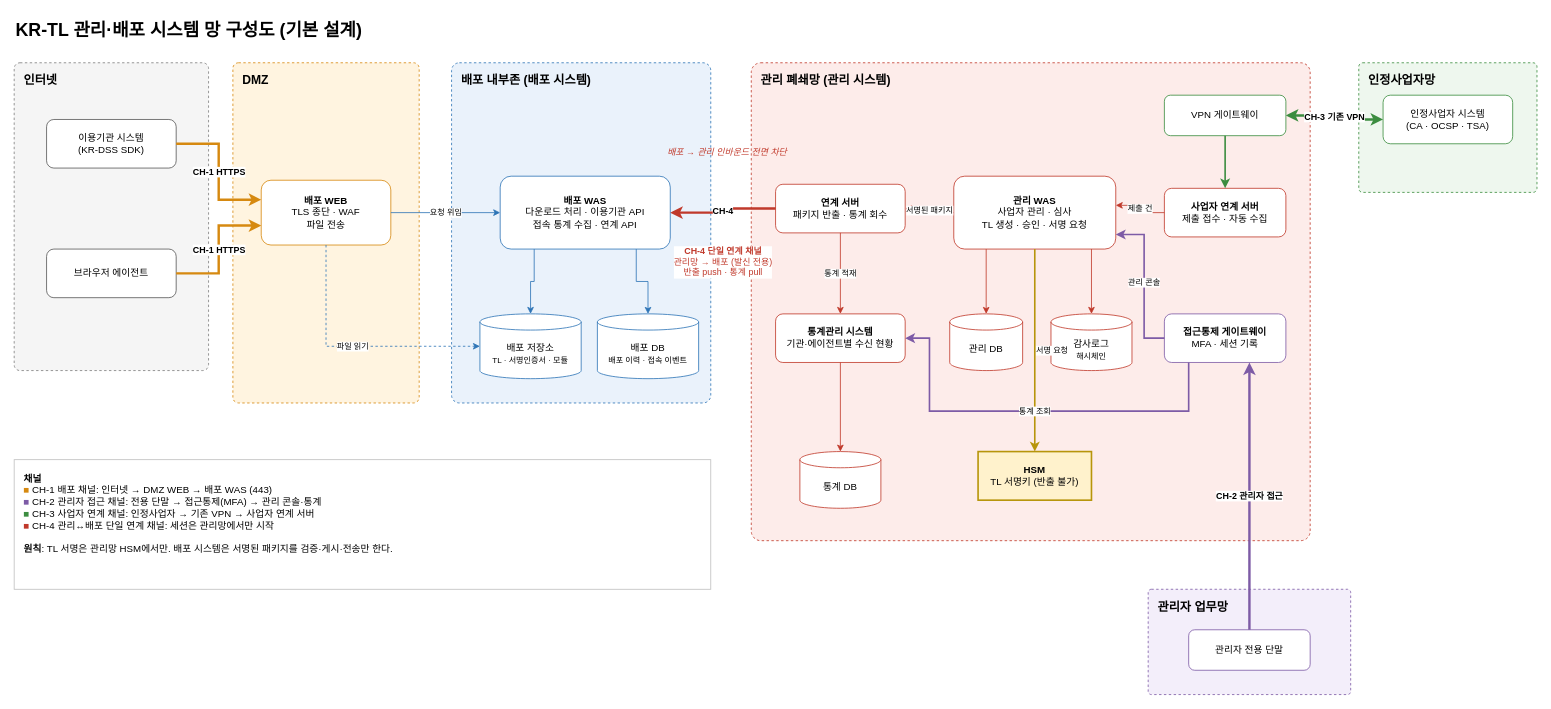
The draw.io diagram docs/design/KR-TL-관리시스템/diagrams/krtl-network.drawio in yongsungkim-electcerti/kr-dss, before the edit. Source tidied: cells renumbered, new cells numbered last; positions are measured from the earlier drawing's top-left corner, leaving out a move shared by most shapes. Both pictures are drawn from the tidied source at 81%, with x=0, y=0 at pixel (14, 14).
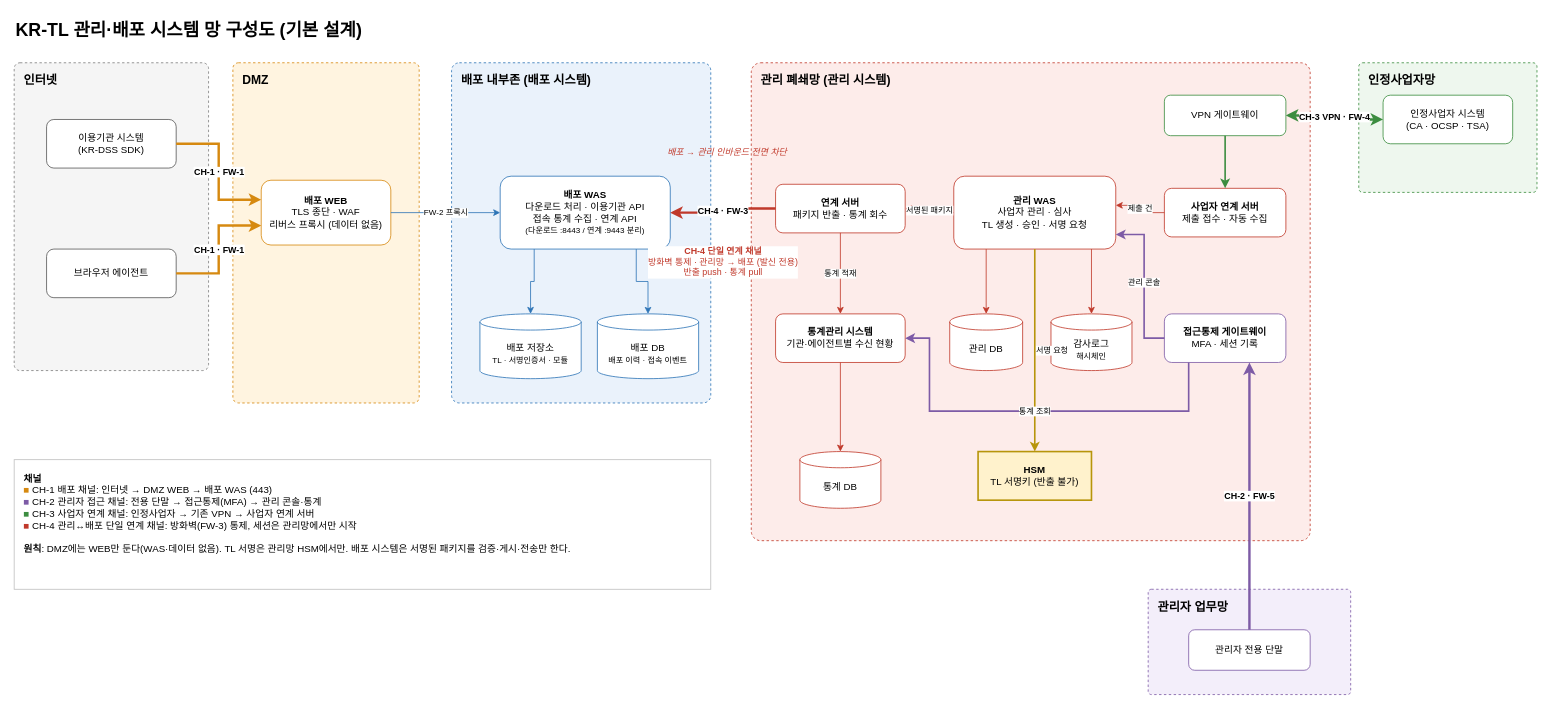
After the change.

The change refers to these unchanged cells:
```xml
<mxCell id="9" value="이용기관 시스템&lt;br&gt;(KR-DSS SDK)" style="rounded=1;whiteSpace=wrap;html=1;fillColor=#ffffff;strokeColor=#595959;" parent="1" vertex="1">
  <mxGeometry x="40" y="130" width="160" height="60" as="geometry" />
</mxCell>
<mxCell id="10" value="브라우저 에이전트" style="rounded=1;whiteSpace=wrap;html=1;fillColor=#ffffff;strokeColor=#595959;" parent="1" vertex="1">
  <mxGeometry x="40" y="290" width="160" height="60" as="geometry" />
</mxCell>
<mxCell id="13" value="배포 저장소&lt;br&gt;&lt;font style=&quot;font-size:10px&quot;&gt;TL · 서명인증서 · 모듈&lt;/font&gt;" style="shape=cylinder3;whiteSpace=wrap;html=1;boundedLbl=1;size=10;fillColor=#ffffff;strokeColor=#2e75b6;" parent="1" vertex="1">
  <mxGeometry x="575" y="370" width="125" height="80" as="geometry" />
</mxCell>
<mxCell id="15" value="&lt;b&gt;연계 서버&lt;/b&gt;&lt;br&gt;패키지 반출 · 통계 회수" style="rounded=1;whiteSpace=wrap;html=1;fillColor=#ffffff;strokeColor=#c0392b;" parent="1" vertex="1">
  <mxGeometry x="940" y="210" width="160" height="60" as="geometry" />
</mxCell>
<mxCell id="17" value="VPN 게이트웨이" style="rounded=1;whiteSpace=wrap;html=1;fillColor=#ffffff;strokeColor=#3c8d40;" parent="1" vertex="1">
  <mxGeometry x="1420" y="100" width="150" height="50" as="geometry" />
</mxCell>
<mxCell id="24" value="&lt;b&gt;접근통제 게이트웨이&lt;/b&gt;&lt;br&gt;MFA · 세션 기록" style="rounded=1;whiteSpace=wrap;html=1;fillColor=#ffffff;strokeColor=#7d5ba6;" parent="1" vertex="1">
  <mxGeometry x="1420" y="370" width="150" height="60" as="geometry" />
</mxCell>
<mxCell id="25" value="인정사업자 시스템&lt;br&gt;(CA · OCSP · TSA)" style="rounded=1;whiteSpace=wrap;html=1;fillColor=#ffffff;strokeColor=#3c8d40;" parent="1" vertex="1">
  <mxGeometry x="1690" y="100" width="160" height="60" as="geometry" />
</mxCell>
<mxCell id="26" value="관리자 전용 단말" style="rounded=1;whiteSpace=wrap;html=1;fillColor=#ffffff;strokeColor=#7d5ba6;" parent="1" vertex="1">
  <mxGeometry x="1450" y="760" width="150" height="50" as="geometry" />
</mxCell>
```

What changed in the source:
```diff
@@
-    <mxCell id="11" value="&lt;b&gt;배포 WEB&lt;/b&gt;&lt;br&gt;TLS 종단 · WAF&lt;br&gt;파일 전송" style="rounded=1;whiteSpace=wrap;html=1;fillColor=#ffffff;strokeColor=#d68910;" parent="1" vertex="1">
+    <mxCell id="11" value="&lt;b&gt;배포 WEB&lt;/b&gt;&lt;br&gt;TLS 종단 · WAF&lt;br&gt;리버스 프록시 (데이터 없음)" style="rounded=1;whiteSpace=wrap;html=1;fillColor=#ffffff;strokeColor=#d68910;" parent="1" vertex="1">
       <mxGeometry x="305" y="205" width="160" height="80" as="geometry" />
     </mxCell>
-    <mxCell id="12" value="&lt;b&gt;배포 WAS&lt;/b&gt;&lt;br&gt;다운로드 처리 · 이용기관 API&lt;br&gt;접속 통계 수집 · 연계 API" style="rounded=1;whiteSpace=wrap;html=1;fillColor=#ffffff;strokeColor=#2e75b6;" parent="1" vertex="1">
+    <mxCell id="12" value="&lt;b&gt;배포 WAS&lt;/b&gt;&lt;br&gt;다운로드 처리 · 이용기관 API&lt;br&gt;접속 통계 수집 · 연계 API&lt;br&gt;&lt;font style=&quot;font-size:10px&quot;&gt;(다운로드 :8443 / 연계 :9443 분리)&lt;/font&gt;" style="rounded=1;whiteSpace=wrap;html=1;fillColor=#ffffff;strokeColor=#2e75b6;" parent="1" vertex="1">
       <mxGeometry x="600" y="200" width="210" height="90" as="geometry" />
     </mxCell>
@@
-    <mxCell id="27" value="CH-1 HTTPS" style="edgeStyle=orthogonalEdgeStyle;rounded=0;html=1;strokeColor=#d68910;strokeWidth=3;fontSize=11;fontStyle=1;labelBackgroundColor=#ffffff;exitX=1;exitY=0.5;entryX=0;entryY=0.3;" parent="1" edge="1" source="9" target="11">
+    <mxCell id="27" value="CH-1 · FW-1" style="edgeStyle=orthogonalEdgeStyle;rounded=0;html=1;strokeColor=#d68910;strokeWidth=3;fontSize=11;fontStyle=1;labelBackgroundColor=#ffffff;exitX=1;exitY=0.5;entryX=0;entryY=0.3;" parent="1" edge="1" source="9" target="11">
       <mxGeometry relative="1" as="geometry" />
     </mxCell>
-    <mxCell id="28" value="CH-1 HTTPS" style="edgeStyle=orthogonalEdgeStyle;rounded=0;html=1;strokeColor=#d68910;strokeWidth=3;fontSize=11;fontStyle=1;labelBackgroundColor=#ffffff;exitX=1;exitY=0.5;entryX=0;entryY=0.7;" parent="1" edge="1" source="10" target="11">
+    <mxCell id="28" value="CH-1 · FW-1" style="edgeStyle=orthogonalEdgeStyle;rounded=0;html=1;strokeColor=#d68910;strokeWidth=3;fontSize=11;fontStyle=1;labelBackgroundColor=#ffffff;exitX=1;exitY=0.5;entryX=0;entryY=0.7;" parent="1" edge="1" source="10" target="11">
       <mxGeometry relative="1" as="geometry" />
     </mxCell>
-    <mxCell id="29" value="요청 위임" style="edgeStyle=orthogonalEdgeStyle;rounded=0;html=1;strokeColor=#2e75b6;fontSize=10;labelBackgroundColor=#ffffff;exitX=1;exitY=0.5;entryX=0;entryY=0.5;" parent="1" edge="1" source="11" target="12">
+    <mxCell id="29" value="FW-2 프록시" style="edgeStyle=orthogonalEdgeStyle;rounded=0;html=1;strokeColor=#2e75b6;fontSize=10;labelBackgroundColor=#ffffff;exitX=1;exitY=0.5;entryX=0;entryY=0.5;" parent="1" edge="1" source="11" target="12">
       <mxGeometry relative="1" as="geometry" />
     </mxCell>
-    <mxCell id="30" value="파일 읽기" style="edgeStyle=orthogonalEdgeStyle;rounded=0;html=1;strokeColor=#2e75b6;fontSize=10;labelBackgroundColor=#ffffff;dashed=1;exitX=0.5;exitY=1;entryX=0;entryY=0.5;entryDx=0;entryDy=0;" parent="1" edge="1" source="11" target="13">
-      <mxGeometry relative="1" as="geometry" />
-    </mxCell>
@@
-    <mxCell id="33" value="CH-4" style="edgeStyle=orthogonalEdgeStyle;rounded=0;html=1;strokeColor=#c0392b;strokeWidth=3;fontSize=11;fontStyle=1;labelBackgroundColor=#ffffff;exitX=0;exitY=0.5;entryX=1;entryY=0.5;" parent="1" edge="1" source="15" target="12">
+    <mxCell id="33" value="CH-4 · FW-3" style="edgeStyle=orthogonalEdgeStyle;rounded=0;html=1;strokeColor=#c0392b;strokeWidth=3;fontSize=11;fontStyle=1;labelBackgroundColor=#ffffff;exitX=0;exitY=0.5;entryX=1;entryY=0.5;" parent="1" edge="1" source="15" target="12">
       <mxGeometry relative="1" as="geometry" />
     </mxCell>
-    <mxCell id="34" value="&lt;b&gt;CH-4 단일 연계 채널&lt;/b&gt;&lt;br&gt;관리망 → 배포 (발신 전용)&lt;br&gt;반출 push · 통계 pull" style="text;html=1;fontSize=11;fontColor=#c0392b;align=center;verticalAlign=top;labelBackgroundColor=#ffffff;" parent="1" vertex="1">
+    <mxCell id="34" value="&lt;b&gt;CH-4 단일 연계 채널&lt;/b&gt;&lt;br&gt;방화벽 통제 · 관리망 → 배포 (발신 전용)&lt;br&gt;반출 push · 통계 pull" style="text;html=1;fontSize=11;fontColor=#c0392b;align=center;verticalAlign=top;labelBackgroundColor=#ffffff;" parent="1" vertex="1">
       <mxGeometry x="800" y="280" width="150" height="60" as="geometry" />
     </mxCell>
@@
-    <mxCell id="46" value="CH-3 기존 VPN" style="edgeStyle=orthogonalEdgeStyle;rounded=0;html=1;strokeColor=#3c8d40;strokeWidth=3;fontSize=11;fontStyle=1;labelBackgroundColor=#ffffff;startArrow=classic;exitX=0;exitY=0.5;entryX=1;entryY=0.5;" parent="1" edge="1" source="25" target="17">
+    <mxCell id="46" value="CH-3 VPN · FW-4" style="edgeStyle=orthogonalEdgeStyle;rounded=0;html=1;strokeColor=#3c8d40;strokeWidth=3;fontSize=11;fontStyle=1;labelBackgroundColor=#ffffff;startArrow=classic;exitX=0;exitY=0.5;entryX=1;entryY=0.5;" parent="1" edge="1" source="25" target="17">
       <mxGeometry relative="1" as="geometry" />
     </mxCell>
-    <mxCell id="47" value="CH-2 관리자 접근" style="edgeStyle=orthogonalEdgeStyle;rounded=0;html=1;strokeColor=#7d5ba6;strokeWidth=3;fontSize=11;fontStyle=1;labelBackgroundColor=#ffffff;exitX=0.5;exitY=0;entryX=0.7;entryY=1;" parent="1" edge="1" source="26" target="24">
+    <mxCell id="47" value="CH-2 · FW-5" style="edgeStyle=orthogonalEdgeStyle;rounded=0;html=1;strokeColor=#7d5ba6;strokeWidth=3;fontSize=11;fontStyle=1;labelBackgroundColor=#ffffff;exitX=0.5;exitY=0;entryX=0.7;entryY=1;" parent="1" edge="1" source="26" target="24">
       <mxGeometry relative="1" as="geometry" />
     </mxCell>
-    <mxCell id="48" value="&lt;b&gt;채널&lt;/b&gt;&lt;br&gt;&lt;font color=&quot;#d68910&quot;&gt;■&lt;/font&gt; CH-1 배포 채널: 인터넷 → DMZ WEB → 배포 WAS (443)&lt;br&gt;&lt;font color=&quot;#7d5ba6&quot;&gt;■&lt;/font&gt; CH-2 관리자 접근 채널: 전용 단말 → 접근통제(MFA) → 관리 콘솔·통계&lt;br&gt;&lt;font color=&quot;#3c8d40&quot;&gt;■&lt;/font&gt; CH-3 사업자 연계 채널: 인정사업자 → 기존 VPN → 사업자 연계 서버&lt;br&gt;&lt;font color=&quot;#c0392b&quot;&gt;■&lt;/font&gt; CH-4 관리↔배포 단일 연계 채널: 세션은 관리망에서만 시작&lt;br&gt;&lt;br&gt;&lt;b&gt;원칙&lt;/b&gt;: TL 서명은 관리망 HSM에서만. 배포 시스템은 서명된 패키지를 검증·게시·전송만 한다." style="rounded=0;whiteSpace=wrap;html=1;align=left;verticalAlign=top;spacing=12;fontSize=12;fillColor=#ffffff;strokeColor=#bfbfbf;" parent="1" vertex="1">
+    <mxCell id="48" value="&lt;b&gt;채널&lt;/b&gt;&lt;br&gt;&lt;font color=&quot;#d68910&quot;&gt;■&lt;/font&gt; CH-1 배포 채널: 인터넷 → DMZ WEB → 배포 WAS (443)&lt;br&gt;&lt;font color=&quot;#7d5ba6&quot;&gt;■&lt;/font&gt; CH-2 관리자 접근 채널: 전용 단말 → 접근통제(MFA) → 관리 콘솔·통계&lt;br&gt;&lt;font color=&quot;#3c8d40&quot;&gt;■&lt;/font&gt; CH-3 사업자 연계 채널: 인정사업자 → 기존 VPN → 사업자 연계 서버&lt;br&gt;&lt;font color=&quot;#c0392b&quot;&gt;■&lt;/font&gt; CH-4 관리↔배포 단일 연계 채널: 방화벽(FW-3) 통제, 세션은 관리망에서만 시작&lt;br&gt;&lt;br&gt;&lt;b&gt;원칙&lt;/b&gt;: DMZ에는 WEB만 둔다(WAS·데이터 없음). TL 서명은 관리망 HSM에서만. 배포 시스템은 서명된 패키지를 검증·게시·전송만 한다." style="rounded=0;whiteSpace=wrap;html=1;align=left;verticalAlign=top;spacing=12;fontSize=12;fillColor=#ffffff;strokeColor=#bfbfbf;" parent="1" vertex="1">
       <mxGeometry y="550" width="860" height="160" as="geometry" />
     </mxCell>
```
